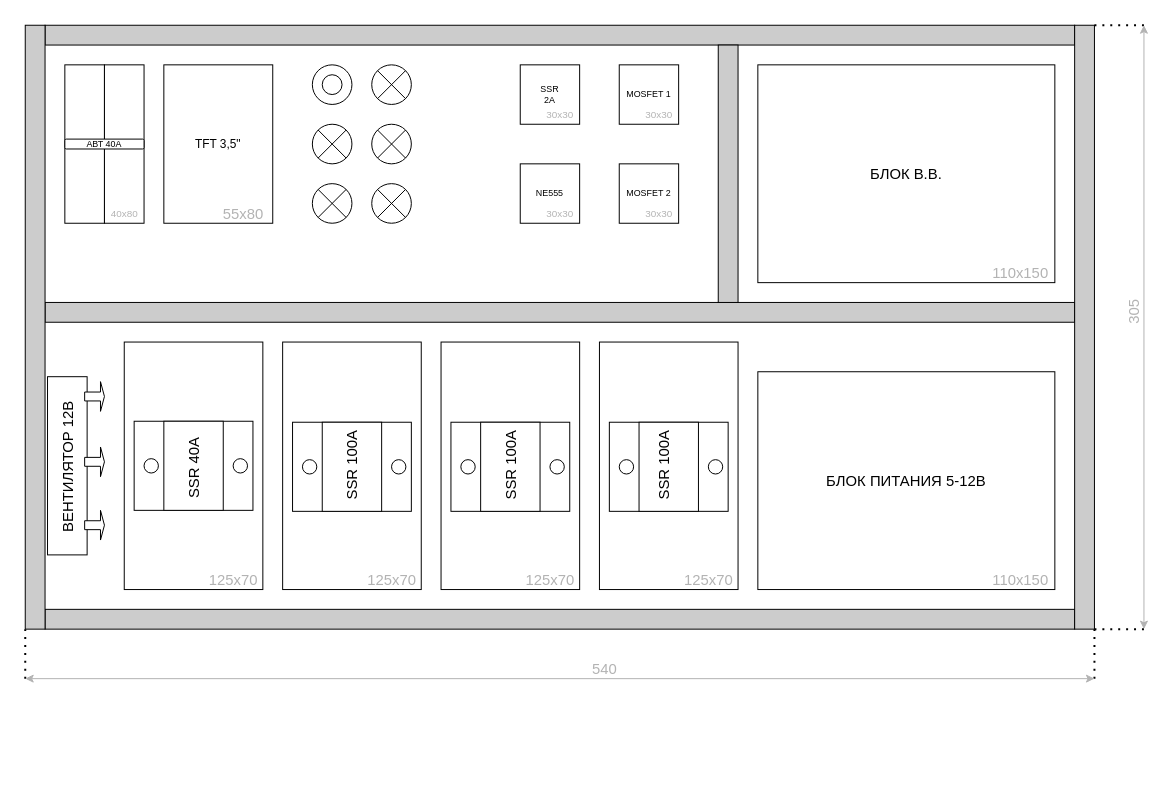
Earlier version of the draw.io diagram kopv5mk_placemen_scheme.drawio (jekavovikovich/jekavovikovich). Source tidied: cells renumbered, new cells numbered last; positions are measured from the earlier drawing's top-left corner, leaving out a move shared by most shapes. Both pictures are drawn from the tidied source at 99%, with x=0, y=0 at pixel (-10, 25).
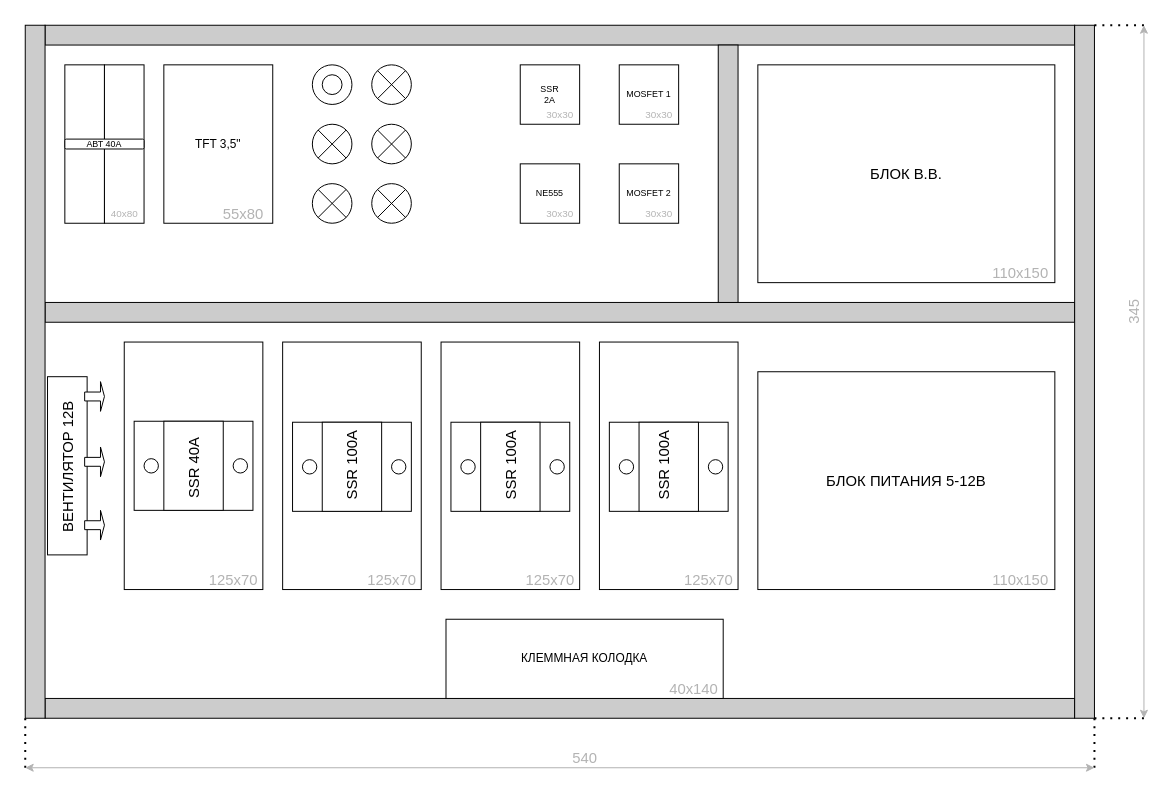
After the change.

Change to the diagram source:
```diff
@@
     <mxCell id="25" style="rounded=0;whiteSpace=wrap;html=1;fontSize=15;labelBackgroundColor=none;fillColor=#CCCCCC;" parent="1" vertex="1">
-      <mxGeometry x="55" y="590" width="1040" height="20" as="geometry" />
+      <mxGeometry x="55" y="680" width="1040" height="20" as="geometry" />
     </mxCell>
@@
     <mxCell id="27" style="rounded=0;whiteSpace=wrap;html=1;fontSize=15;labelBackgroundColor=none;fillColor=#CCCCCC;" parent="1" vertex="1">
-      <mxGeometry x="1095" width="20" height="610" as="geometry" />
+      <mxGeometry x="1095" width="20" height="700" as="geometry" />
     </mxCell>
     <mxCell id="28" style="rounded=0;whiteSpace=wrap;html=1;fontSize=15;labelBackgroundColor=none;fillColor=#CCCCCC;" parent="1" vertex="1">
-      <mxGeometry x="35" width="20" height="610" as="geometry" />
+      <mxGeometry x="35" width="20" height="700" as="geometry" />
     </mxCell>
@@
     <mxCell id="53" style="endArrow=none;dashed=1;html=1;dashPattern=1 3;strokeWidth=2;fontSize=15;entryX=0;entryY=1;entryDx=0;entryDy=0;" parent="1" edge="1" target="28">
       <mxGeometry relative="1" as="geometry">
-        <mxPoint x="35" y="660" as="sourcePoint" />
+        <mxPoint x="35" y="750" as="sourcePoint" />
       </mxGeometry>
     </mxCell>
     <mxCell id="54" style="endArrow=none;dashed=1;html=1;dashPattern=1 3;strokeWidth=2;fontSize=15;entryX=0;entryY=1;entryDx=0;entryDy=0;" parent="1" edge="1">
       <mxGeometry relative="1" as="geometry">
-        <mxPoint x="1115" y="660" as="sourcePoint" />
-        <mxPoint x="1115" y="610" as="targetPoint" />
+        <mxPoint x="1115" y="750" as="sourcePoint" />
+        <mxPoint x="1115" y="700" as="targetPoint" />
       </mxGeometry>
     </mxCell>
     <mxCell id="55" style="endArrow=none;dashed=1;html=1;dashPattern=1 3;strokeWidth=2;fontSize=15;exitX=1;exitY=1;exitDx=0;exitDy=0;" parent="1" edge="1" source="27">
       <mxGeometry relative="1" as="geometry">
-        <mxPoint x="1165" y="610" as="targetPoint" />
+        <mxPoint x="1165" y="700" as="targetPoint" />
       </mxGeometry>
     </mxCell>
@@
     <mxCell id="57" value="540" style="text;html=1;align=center;verticalAlign=middle;strokeColor=none;fontSize=15;fontColor=#B3B3B3;" parent="1" vertex="1">
-      <mxGeometry x="600" y="640" width="40" height="20" as="geometry" />
+      <mxGeometry x="580" y="730" width="40" height="20" as="geometry" />
     </mxCell>
-    <mxCell id="58" value="305" style="text;html=1;align=center;verticalAlign=middle;strokeColor=none;fontSize=15;rotation=270;fontColor=#B3B3B3;" parent="1" vertex="1">
+    <mxCell id="58" value="345" style="text;html=1;align=center;verticalAlign=middle;strokeColor=none;fontSize=15;rotation=270;fontColor=#B3B3B3;" parent="1" vertex="1">
       <mxGeometry x="1135" y="280" width="40" height="20" as="geometry" />
     </mxCell>
@@
     <mxCell id="65" style="endArrow=classic;startArrow=classic;html=1;fontSize=15;fillColor=#f5f5f5;strokeColor=#B3B3B3;" parent="1" edge="1">
       <mxGeometry relative="1" as="geometry">
-        <mxPoint x="35" y="660" as="sourcePoint" />
-        <mxPoint x="1115" y="660" as="targetPoint" />
+        <mxPoint x="35" y="750" as="sourcePoint" />
+        <mxPoint x="1115" y="750" as="targetPoint" />
       </mxGeometry>
     </mxCell>
     <mxCell id="66" style="endArrow=classic;startArrow=classic;html=1;fontSize=15;fillColor=#f5f5f5;strokeColor=#B3B3B3;" parent="1" edge="1">
       <mxGeometry relative="1" as="geometry">
         <mxPoint x="1165" as="sourcePoint" />
-        <mxPoint x="1165" y="610" as="targetPoint" />
+        <mxPoint x="1165" y="700" as="targetPoint" />
       </mxGeometry>
     </mxCell>
@@
+    <mxCell id="74" value="КЛЕММНАЯ КОЛОДКА" style="rounded=0;whiteSpace=wrap;html=1;" parent="1" vertex="1">
+      <mxGeometry x="460" y="600" width="280" height="80" as="geometry" />
+    </mxCell>
+    <mxCell id="75" value="40х140" style="text;html=1;align=center;verticalAlign=middle;strokeColor=none;fontSize=15;fontColor=#B3B3B3;" parent="1" vertex="1">
+      <mxGeometry x="679.5" y="660" width="60" height="20" as="geometry" />
+    </mxCell>
```
